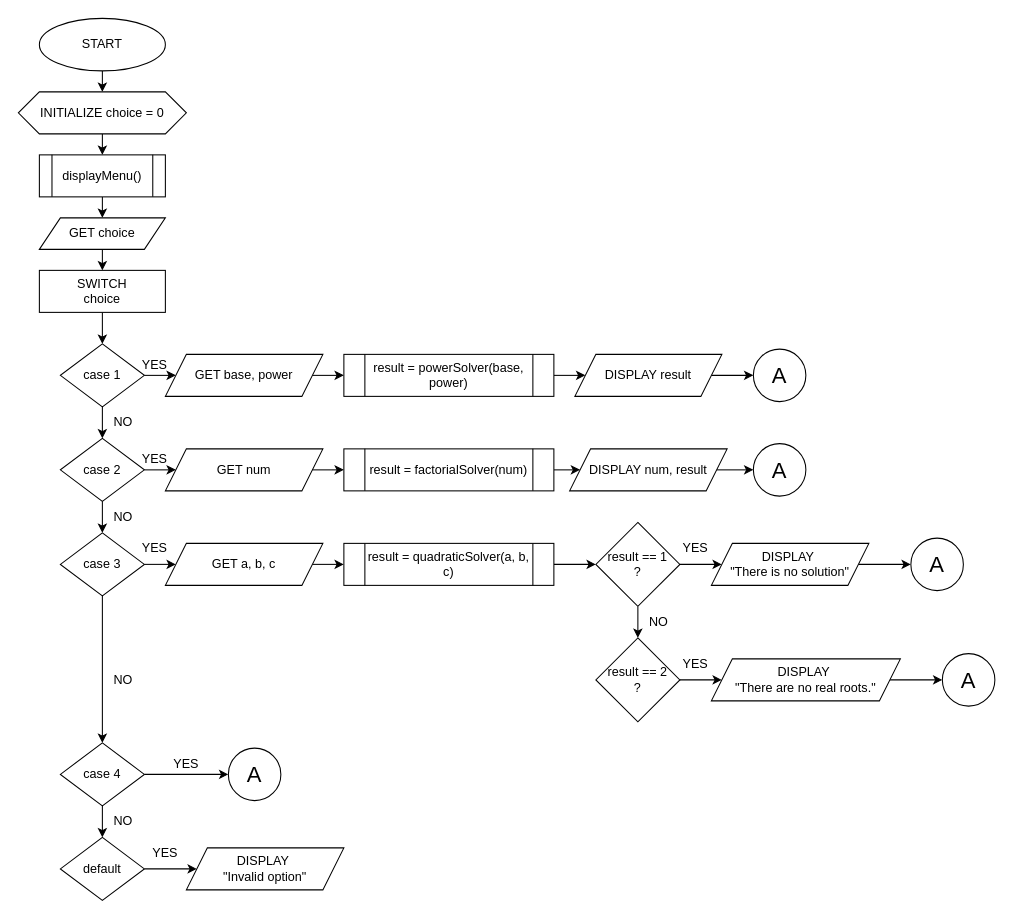
barrosaur/first-year-cpe-lab keeps this draw.io diagram as page "Page-3" (3 of 3) of Lab Exercise 6/Exercise 6.drawio. Above is the earlier version. Source tidied: cells renumbered, new cells numbered last; positions are measured from the earlier drawing's top-left corner, leaving out a move shared by most shapes. Both pictures are drawn from the tidied source at 105%, with x=0, y=0 at pixel (18, 18).
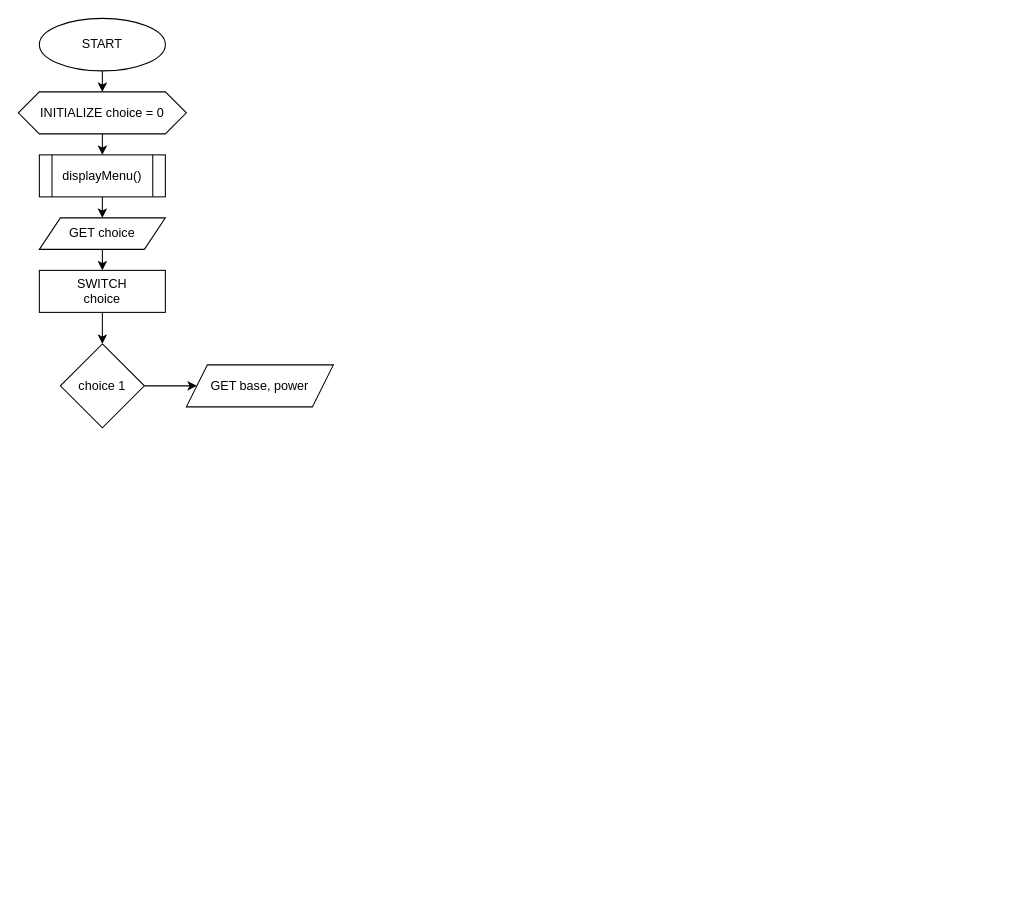
After the change.

The change refers to these unchanged cells:
```xml
<mxCell id="11" value="SWITCH&lt;div&gt;choice&lt;/div&gt;" style="rounded=0;whiteSpace=wrap;html=1;" parent="1" vertex="1">
  <mxGeometry x="20" y="240" width="120" height="40" as="geometry" />
</mxCell>
```

What changed in the source:
```diff
@@
-    <mxCell id="10" style="edgeStyle=orthogonalEdgeStyle;rounded=0;jettySize=auto;html=1;exitX=0.5;exitY=1;exitDx=0;exitDy=0;entryX=0.5;entryY=0;entryDx=0;entryDy=0;" parent="1" edge="1" source="11" target="14">
-      <mxGeometry relative="1" as="geometry" />
+    <mxCell id="10" style="edgeStyle=orthogonalEdgeStyle;rounded=0;jettySize=auto;html=1;exitX=0.5;exitY=1;exitDx=0;exitDy=0;entryX=0.5;entryY=0;entryDx=0;entryDy=0;" parent="1" edge="1" source="11">
+      <mxGeometry relative="1" as="geometry">
+        <mxPoint x="80" y="310" as="targetPoint" />
+      </mxGeometry>
     </mxCell>
@@
-    <mxCell id="12" style="edgeStyle=orthogonalEdgeStyle;rounded=0;jettySize=auto;html=1;exitX=0.5;exitY=1;exitDx=0;exitDy=0;entryX=0.5;entryY=0;entryDx=0;entryDy=0;" parent="1" edge="1" source="14" target="18">
-      <mxGeometry relative="1" as="geometry" />
-    </mxCell>
-    <mxCell id="13" style="edgeStyle=orthogonalEdgeStyle;rounded=0;jettySize=auto;html=1;exitX=1;exitY=0.5;exitDx=0;exitDy=0;entryX=0;entryY=0.5;entryDx=0;entryDy=0;" parent="1" edge="1" source="14" target="28">
-      <mxGeometry relative="1" as="geometry" />
-    </mxCell>
-    <mxCell id="14" value="case 1" style="rhombus;whiteSpace=wrap;html=1;" parent="1" vertex="1">
-      <mxGeometry x="40" y="310" width="80" height="60" as="geometry" />
-    </mxCell>
-    <mxCell id="15" value="NO" style="text;html=1;align=center;verticalAlign=middle;whiteSpace=wrap;rounded=0;" parent="1" vertex="1">
-      <mxGeometry x="70" y="370" width="60" height="30" as="geometry" />
-    </mxCell>
-    <mxCell id="16" style="edgeStyle=orthogonalEdgeStyle;rounded=0;jettySize=auto;html=1;exitX=0.5;exitY=1;exitDx=0;exitDy=0;entryX=0.5;entryY=0;entryDx=0;entryDy=0;" parent="1" edge="1" source="18" target="21">
-      <mxGeometry relative="1" as="geometry" />
-    </mxCell>
-    <mxCell id="17" style="edgeStyle=orthogonalEdgeStyle;rounded=0;jettySize=auto;html=1;exitX=1;exitY=0.5;exitDx=0;exitDy=0;entryX=0;entryY=0.5;entryDx=0;entryDy=0;" parent="1" edge="1" source="18" target="35">
-      <mxGeometry relative="1" as="geometry" />
-    </mxCell>
-    <mxCell id="18" value="case 2" style="rhombus;whiteSpace=wrap;html=1;" parent="1" vertex="1">
-      <mxGeometry x="40" y="400" width="80" height="60" as="geometry" />
-    </mxCell>
-    <mxCell id="19" style="edgeStyle=orthogonalEdgeStyle;rounded=0;jettySize=auto;html=1;exitX=0.5;exitY=1;exitDx=0;exitDy=0;entryX=0.5;entryY=0;entryDx=0;entryDy=0;" parent="1" edge="1" source="21" target="25">
-      <mxGeometry relative="1" as="geometry" />
-    </mxCell>
-    <mxCell id="20" style="edgeStyle=orthogonalEdgeStyle;rounded=0;jettySize=auto;html=1;exitX=1;exitY=0.5;exitDx=0;exitDy=0;entryX=0;entryY=0.5;entryDx=0;entryDy=0;" parent="1" edge="1" source="21" target="45">
-      <mxGeometry relative="1" as="geometry" />
-    </mxCell>
-    <mxCell id="21" value="case 3" style="rhombus;whiteSpace=wrap;html=1;" parent="1" vertex="1">
-      <mxGeometry x="40" y="490" width="80" height="60" as="geometry" />
-    </mxCell>
-    <mxCell id="22" value="NO" style="text;html=1;align=center;verticalAlign=middle;whiteSpace=wrap;rounded=0;" parent="1" vertex="1">
-      <mxGeometry x="70" y="460" width="60" height="30" as="geometry" />
-    </mxCell>
-    <mxCell id="23" style="edgeStyle=orthogonalEdgeStyle;rounded=0;jettySize=auto;html=1;exitX=0.5;exitY=1;exitDx=0;exitDy=0;entryX=0.5;entryY=0;entryDx=0;entryDy=0;" parent="1" edge="1" source="25" target="42">
-      <mxGeometry relative="1" as="geometry" />
-    </mxCell>
-    <mxCell id="24" style="edgeStyle=orthogonalEdgeStyle;rounded=0;jettySize=auto;html=1;exitX=1;exitY=0.5;exitDx=0;exitDy=0;entryX=0;entryY=0.5;entryDx=0;entryDy=0;" parent="1" edge="1" source="25" target="65">
-      <mxGeometry relative="1" as="geometry" />
-    </mxCell>
-    <mxCell id="25" value="case 4" style="rhombus;whiteSpace=wrap;html=1;" parent="1" vertex="1">
-      <mxGeometry x="40" y="690" width="80" height="60" as="geometry" />
-    </mxCell>
-    <mxCell id="26" value="NO" style="text;html=1;align=center;verticalAlign=middle;whiteSpace=wrap;rounded=0;" parent="1" vertex="1">
-      <mxGeometry x="70" y="615" width="60" height="30" as="geometry" />
-    </mxCell>
-    <mxCell id="27" style="edgeStyle=orthogonalEdgeStyle;rounded=0;jettySize=auto;html=1;exitX=1;exitY=0.5;exitDx=0;exitDy=0;entryX=0;entryY=0.5;entryDx=0;entryDy=0;" parent="1" edge="1" source="28" target="30">
-      <mxGeometry relative="1" as="geometry" />
-    </mxCell>
+    <mxCell id="69" style="edgeStyle=orthogonalEdgeStyle;rounded=0;jettySize=auto;html=1;exitX=1;exitY=0.5;exitDx=0;exitDy=0;entryX=0;entryY=0.5;entryDx=0;entryDy=0;" parent="1" edge="1" source="70" target="28">
+      <mxGeometry relative="1" as="geometry" />
+    </mxCell>
+    <mxCell id="70" value="choice 1" style="rhombus;whiteSpace=wrap;html=1;" parent="1" vertex="1">
+      <mxGeometry x="40" y="310" width="80" height="80" as="geometry" />
+    </mxCell>
     <mxCell id="28" value="GET base, power" style="shape=parallelogram;perimeter=parallelogramPerimeter;whiteSpace=wrap;html=1;fixedSize=1;" parent="1" vertex="1">
-      <mxGeometry x="140" y="320" width="150" height="40" as="geometry" />
+      <mxGeometry x="160" y="330" width="140" height="40" as="geometry" />
     </mxCell>
-    <mxCell id="29" style="edgeStyle=orthogonalEdgeStyle;rounded=0;jettySize=auto;html=1;exitX=1;exitY=0.5;exitDx=0;exitDy=0;entryX=0;entryY=0.5;entryDx=0;entryDy=0;" parent="1" edge="1" source="30" target="32">
-      <mxGeometry relative="1" as="geometry" />
-    </mxCell>
-    <mxCell id="30" value="result = powerSolver(base, power)" style="shape=process;whiteSpace=wrap;html=1;backgroundOutline=1;" parent="1" vertex="1">
-      <mxGeometry x="310" y="320" width="200" height="40" as="geometry" />
-    </mxCell>
-    <mxCell id="31" style="edgeStyle=orthogonalEdgeStyle;rounded=0;jettySize=auto;html=1;exitX=1;exitY=0.5;exitDx=0;exitDy=0;entryX=0;entryY=0.5;entryDx=0;entryDy=0;" parent="1" edge="1" source="32" target="33">
-      <mxGeometry relative="1" as="geometry" />
-    </mxCell>
-    <mxCell id="32" value="DISPLAY result" style="shape=parallelogram;perimeter=parallelogramPerimeter;whiteSpace=wrap;html=1;fixedSize=1;" parent="1" vertex="1">
-      <mxGeometry x="530" y="320" width="140" height="40" as="geometry" />
-    </mxCell>
-    <mxCell id="33" value="&lt;font style=&quot;font-size: 21px;&quot;&gt;A&lt;/font&gt;" style="ellipse;whiteSpace=wrap;html=1;" parent="1" vertex="1">
-      <mxGeometry x="700" y="315" width="50" height="50" as="geometry" />
-    </mxCell>
-    <mxCell id="34" style="edgeStyle=orthogonalEdgeStyle;rounded=0;jettySize=auto;html=1;exitX=1;exitY=0.5;exitDx=0;exitDy=0;entryX=0;entryY=0.5;entryDx=0;entryDy=0;" parent="1" edge="1" source="35" target="37">
-      <mxGeometry relative="1" as="geometry" />
-    </mxCell>
-    <mxCell id="35" value="GET num" style="shape=parallelogram;perimeter=parallelogramPerimeter;whiteSpace=wrap;html=1;fixedSize=1;" parent="1" vertex="1">
-      <mxGeometry x="140" y="410" width="150" height="40" as="geometry" />
-    </mxCell>
-    <mxCell id="36" style="edgeStyle=orthogonalEdgeStyle;rounded=0;jettySize=auto;html=1;exitX=1;exitY=0.5;exitDx=0;exitDy=0;entryX=0;entryY=0.5;entryDx=0;entryDy=0;" parent="1" edge="1" source="37" target="39">
-      <mxGeometry relative="1" as="geometry" />
-    </mxCell>
-    <mxCell id="37" value="result = factorialSolver(num)" style="shape=process;whiteSpace=wrap;html=1;backgroundOutline=1;" parent="1" vertex="1">
-      <mxGeometry x="310" y="410" width="200" height="40" as="geometry" />
-    </mxCell>
-    <mxCell id="38" style="edgeStyle=orthogonalEdgeStyle;rounded=0;jettySize=auto;html=1;exitX=1;exitY=0.5;exitDx=0;exitDy=0;entryX=0;entryY=0.5;entryDx=0;entryDy=0;" parent="1" edge="1" source="39" target="40">
-      <mxGeometry relative="1" as="geometry" />
-    </mxCell>
-    <mxCell id="39" value="DISPLAY num, result" style="shape=parallelogram;perimeter=parallelogramPerimeter;whiteSpace=wrap;html=1;fixedSize=1;" parent="1" vertex="1">
-      <mxGeometry x="525" y="410" width="150" height="40" as="geometry" />
-    </mxCell>
-    <mxCell id="40" value="&lt;font style=&quot;font-size: 21px;&quot;&gt;A&lt;/font&gt;" style="ellipse;whiteSpace=wrap;html=1;" parent="1" vertex="1">
-      <mxGeometry x="700" y="405" width="50" height="50" as="geometry" />
-    </mxCell>
-    <mxCell id="41" style="edgeStyle=orthogonalEdgeStyle;rounded=0;jettySize=auto;html=1;exitX=1;exitY=0.5;exitDx=0;exitDy=0;entryX=0;entryY=0.5;entryDx=0;entryDy=0;" parent="1" edge="1" source="42" target="66">
-      <mxGeometry relative="1" as="geometry" />
-    </mxCell>
-    <mxCell id="42" value="default" style="rhombus;whiteSpace=wrap;html=1;" parent="1" vertex="1">
-      <mxGeometry x="40" y="780" width="80" height="60" as="geometry" />
-    </mxCell>
-    <mxCell id="43" value="NO" style="text;html=1;align=center;verticalAlign=middle;whiteSpace=wrap;rounded=0;" parent="1" vertex="1">
-      <mxGeometry x="70" y="750" width="60" height="30" as="geometry" />
-    </mxCell>
-    <mxCell id="44" style="edgeStyle=orthogonalEdgeStyle;rounded=0;jettySize=auto;html=1;exitX=1;exitY=0.5;exitDx=0;exitDy=0;entryX=0;entryY=0.5;entryDx=0;entryDy=0;" parent="1" edge="1" source="45" target="47">
-      <mxGeometry relative="1" as="geometry" />
-    </mxCell>
-    <mxCell id="45" value="GET a, b, c" style="shape=parallelogram;perimeter=parallelogramPerimeter;whiteSpace=wrap;html=1;fixedSize=1;" parent="1" vertex="1">
-      <mxGeometry x="140" y="500" width="150" height="40" as="geometry" />
-    </mxCell>
-    <mxCell id="46" style="edgeStyle=orthogonalEdgeStyle;rounded=0;jettySize=auto;html=1;exitX=1;exitY=0.5;exitDx=0;exitDy=0;entryX=0;entryY=0.5;entryDx=0;entryDy=0;" parent="1" edge="1" source="47" target="53">
-      <mxGeometry relative="1" as="geometry" />
-    </mxCell>
-    <mxCell id="47" value="result = quadraticSolver(a, b, c)" style="shape=process;whiteSpace=wrap;html=1;backgroundOutline=1;" parent="1" vertex="1">
-      <mxGeometry x="310" y="500" width="200" height="40" as="geometry" />
-    </mxCell>
-    <mxCell id="48" value="YES" style="text;html=1;align=center;verticalAlign=middle;whiteSpace=wrap;rounded=0;" parent="1" vertex="1">
-      <mxGeometry x="100" y="315" width="60" height="30" as="geometry" />
-    </mxCell>
-    <mxCell id="49" value="YES" style="text;html=1;align=center;verticalAlign=middle;whiteSpace=wrap;rounded=0;" parent="1" vertex="1">
-      <mxGeometry x="100" y="405" width="60" height="30" as="geometry" />
-    </mxCell>
-    <mxCell id="50" value="YES" style="text;html=1;align=center;verticalAlign=middle;whiteSpace=wrap;rounded=0;" parent="1" vertex="1">
-      <mxGeometry x="100" y="490" width="60" height="30" as="geometry" />
-    </mxCell>
-    <mxCell id="51" style="edgeStyle=orthogonalEdgeStyle;rounded=0;jettySize=auto;html=1;exitX=0.5;exitY=1;exitDx=0;exitDy=0;entryX=0.5;entryY=0;entryDx=0;entryDy=0;" parent="1" edge="1" source="53" target="58">
-      <mxGeometry relative="1" as="geometry" />
-    </mxCell>
-    <mxCell id="52" style="edgeStyle=orthogonalEdgeStyle;rounded=0;jettySize=auto;html=1;exitX=1;exitY=0.5;exitDx=0;exitDy=0;entryX=0;entryY=0.5;entryDx=0;entryDy=0;" parent="1" edge="1" source="53" target="56">
-      <mxGeometry relative="1" as="geometry" />
-    </mxCell>
-    <mxCell id="53" value="result == 1&lt;div&gt;?&lt;/div&gt;" style="rhombus;whiteSpace=wrap;html=1;" parent="1" vertex="1">
-      <mxGeometry x="550" y="480" width="80" height="80" as="geometry" />
-    </mxCell>
-    <mxCell id="54" value="YES" style="text;html=1;align=center;verticalAlign=middle;whiteSpace=wrap;rounded=0;" parent="1" vertex="1">
-      <mxGeometry x="615" y="490" width="60" height="30" as="geometry" />
-    </mxCell>
-    <mxCell id="55" style="edgeStyle=orthogonalEdgeStyle;rounded=0;jettySize=auto;html=1;exitX=1;exitY=0.5;exitDx=0;exitDy=0;entryX=0;entryY=0.5;entryDx=0;entryDy=0;" parent="1" edge="1" source="56" target="63">
-      <mxGeometry relative="1" as="geometry" />
-    </mxCell>
-    <mxCell id="56" value="DISPLAY&amp;nbsp;&lt;div&gt;&quot;There is no solution&quot;&lt;/div&gt;" style="shape=parallelogram;perimeter=parallelogramPerimeter;whiteSpace=wrap;html=1;fixedSize=1;" parent="1" vertex="1">
-      <mxGeometry x="660" y="500" width="150" height="40" as="geometry" />
-    </mxCell>
-    <mxCell id="57" style="edgeStyle=orthogonalEdgeStyle;rounded=0;jettySize=auto;html=1;exitX=1;exitY=0.5;exitDx=0;exitDy=0;entryX=0;entryY=0.5;entryDx=0;entryDy=0;" parent="1" edge="1" source="58" target="62">
-      <mxGeometry relative="1" as="geometry" />
-    </mxCell>
-    <mxCell id="58" value="result == 2&lt;div&gt;?&lt;/div&gt;" style="rhombus;whiteSpace=wrap;html=1;" parent="1" vertex="1">
-      <mxGeometry x="550" y="590" width="80" height="80" as="geometry" />
-    </mxCell>
-    <mxCell id="59" value="NO" style="text;html=1;align=center;verticalAlign=middle;whiteSpace=wrap;rounded=0;" parent="1" vertex="1">
-      <mxGeometry x="580" y="560" width="60" height="30" as="geometry" />
-    </mxCell>
-    <mxCell id="60" value="YES" style="text;html=1;align=center;verticalAlign=middle;whiteSpace=wrap;rounded=0;" parent="1" vertex="1">
-      <mxGeometry x="615" y="600" width="60" height="30" as="geometry" />
-    </mxCell>
-    <mxCell id="61" style="edgeStyle=orthogonalEdgeStyle;rounded=0;jettySize=auto;html=1;exitX=1;exitY=0.5;exitDx=0;exitDy=0;entryX=0;entryY=0.5;entryDx=0;entryDy=0;" parent="1" edge="1" source="62" target="64">
-      <mxGeometry relative="1" as="geometry" />
-    </mxCell>
-    <mxCell id="62" value="DISPLAY&amp;nbsp;&lt;div&gt;&quot;There are no real roots.&quot;&lt;/div&gt;" style="shape=parallelogram;perimeter=parallelogramPerimeter;whiteSpace=wrap;html=1;fixedSize=1;" parent="1" vertex="1">
-      <mxGeometry x="660" y="610" width="180" height="40" as="geometry" />
-    </mxCell>
-    <mxCell id="63" value="&lt;font style=&quot;font-size: 21px;&quot;&gt;A&lt;/font&gt;" style="ellipse;whiteSpace=wrap;html=1;" parent="1" vertex="1">
-      <mxGeometry x="850" y="495" width="50" height="50" as="geometry" />
-    </mxCell>
-    <mxCell id="64" value="&lt;font style=&quot;font-size: 21px;&quot;&gt;A&lt;/font&gt;" style="ellipse;whiteSpace=wrap;html=1;" parent="1" vertex="1">
-      <mxGeometry x="880" y="605" width="50" height="50" as="geometry" />
-    </mxCell>
-    <mxCell id="65" value="&lt;font style=&quot;font-size: 21px;&quot;&gt;A&lt;/font&gt;" style="ellipse;whiteSpace=wrap;html=1;" parent="1" vertex="1">
-      <mxGeometry x="200" y="695" width="50" height="50" as="geometry" />
-    </mxCell>
-    <mxCell id="66" value="DISPLAY&amp;nbsp;&lt;div&gt;&quot;Invalid option&quot;&lt;/div&gt;" style="shape=parallelogram;perimeter=parallelogramPerimeter;whiteSpace=wrap;html=1;fixedSize=1;" parent="1" vertex="1">
-      <mxGeometry x="160" y="790" width="150" height="40" as="geometry" />
-    </mxCell>
-    <mxCell id="67" value="YES" style="text;html=1;align=center;verticalAlign=middle;whiteSpace=wrap;rounded=0;" parent="1" vertex="1">
-      <mxGeometry x="130" y="695" width="60" height="30" as="geometry" />
-    </mxCell>
-    <mxCell id="68" value="YES" style="text;html=1;align=center;verticalAlign=middle;whiteSpace=wrap;rounded=0;" parent="1" vertex="1">
-      <mxGeometry x="110" y="780" width="60" height="30" as="geometry" />
-    </mxCell>
```
